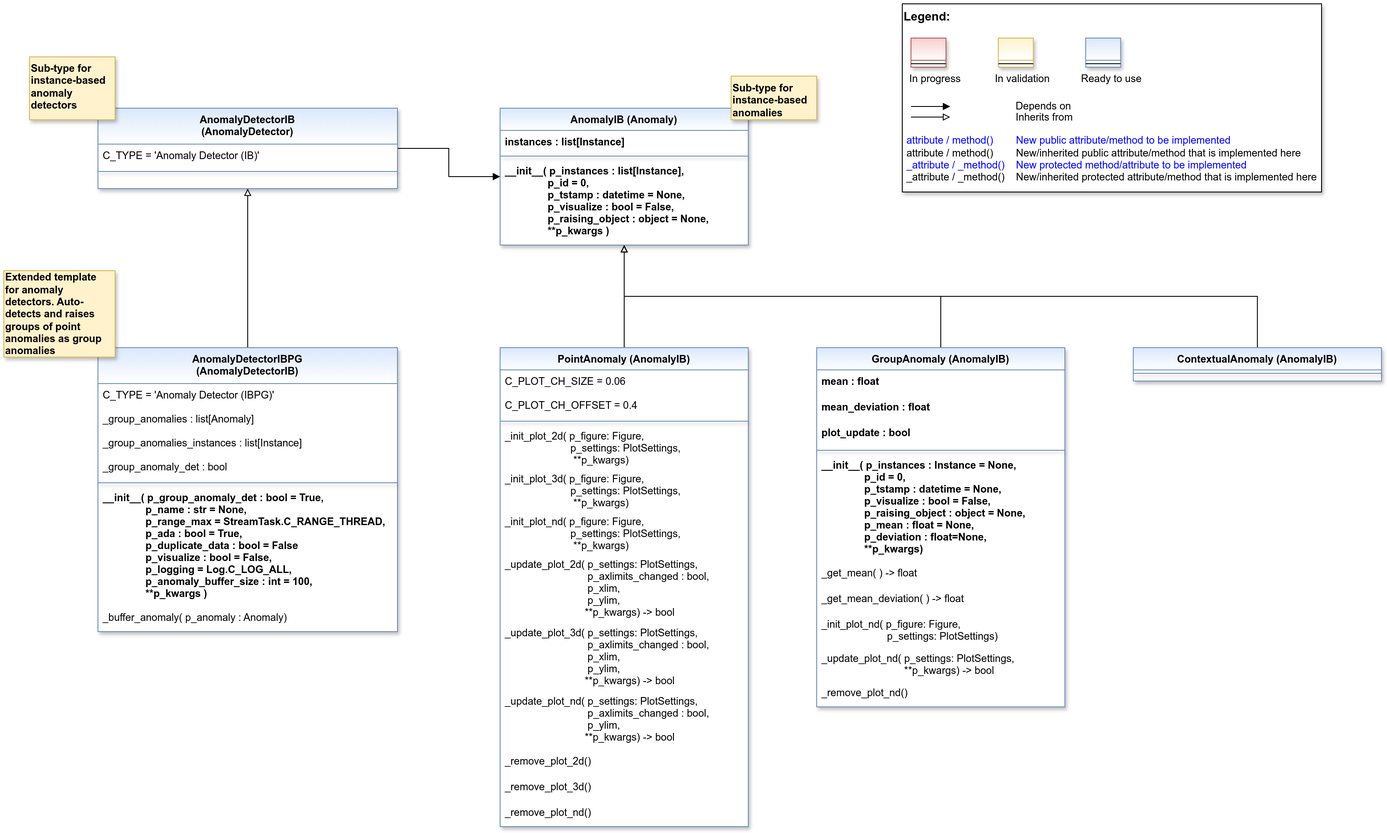
The draw.io diagram doc/rtd/content/99_appendices/appendix2/sub/mlpro_oa/streams/30_change_detection/10_anomaly_detection/10_instance_based/images/MLPro-OA-Anomaly-Detectors-IB_class_diagram.drawio.png in fhswf/MLPro, before a commit. Source tidied: cells renumbered, new cells last; positions are measured from the earlier drawing's top-left corner, leaving out a move shared by most shapes.
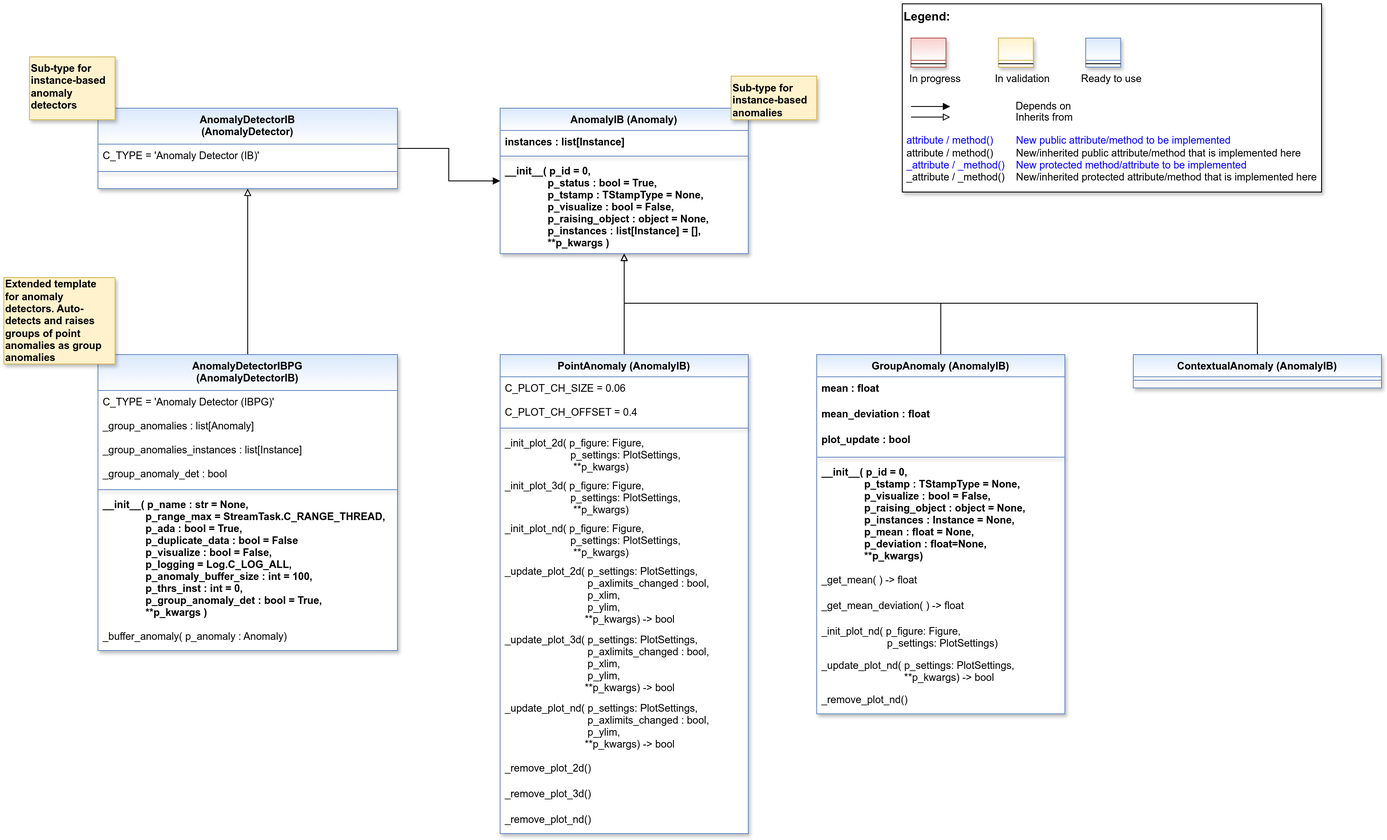
The same diagram one commit later.

Change to the diagram source:
```diff
@@ -47,7 +47,7 @@
       <mxGeometry relative="1" as="geometry" />
     </mxCell>
     <mxCell id="13" value="PointAnomaly (AnomalyIB)" style="swimlane;fontStyle=1;align=center;verticalAlign=top;horizontal=1;startSize=26;rounded=0;shadow=1;strokeWidth=1;fillColor=#dae8fc;strokeColor=#6c8ebf;swimlaneFillColor=#ffffff;fontFamily=Helvetica;fontSize=12;gradientColor=#FFFFFF;" parent="1" vertex="1">
-      <mxGeometry x="580" y="402" width="290" height="560" as="geometry" />
+      <mxGeometry x="580" y="410" width="290" height="560" as="geometry" />
     </mxCell>
     <mxCell id="14" value="C_PLOT_CH_SIZE = 0.06" style="text;align=left;verticalAlign=top;spacingLeft=4;spacingRight=4;overflow=hidden;" parent="13" vertex="1">
       <mxGeometry y="26" width="290" height="28" as="geometry" />
@@ -88,13 +88,13 @@
     <mxCell id="26" style="edgeStyle=orthogonalEdgeStyle;rounded=0;jettySize=auto;html=1;endArrow=block;endFill=0;" parent="1" edge="1" source="27" target="51">
       <mxGeometry relative="1" as="geometry">
         <Array as="points">
-          <mxPoint x="1095" y="342" />
-          <mxPoint x="725" y="342" />
+          <mxPoint x="1095" y="350" />
+          <mxPoint x="725" y="350" />
         </Array>
       </mxGeometry>
     </mxCell>
     <mxCell id="27" value="GroupAnomaly (AnomalyIB)" style="swimlane;align=center;verticalAlign=top;horizontal=1;startSize=26;rounded=0;shadow=1;strokeWidth=1;fillColor=#dae8fc;strokeColor=#6c8ebf;swimlaneFillColor=#ffffff;gradientColor=#FFFFFF;" parent="1" vertex="1">
-      <mxGeometry x="950" y="402" width="290" height="420" as="geometry" />
+      <mxGeometry x="950" y="410" width="290" height="420" as="geometry" />
     </mxCell>
     <mxCell id="28" value="mean : float" style="text;align=left;verticalAlign=top;spacingLeft=4;spacingRight=4;overflow=hidden;fontStyle=1;" parent="27" vertex="1">
       <mxGeometry y="26" width="290" height="30" as="geometry" />
@@ -108,7 +108,7 @@
     <mxCell id="31" style="line;html=1;strokeWidth=1;align=center;verticalAlign=top;spacingTop=-1;spacingLeft=3;spacingRight=3;labelPosition=right;rounded=0;shadow=1;strokeColor=#6c8ebf;swimlaneFillColor=#ffffff;fontFamily=Helvetica;fontSize=12;fontColor=default;fontStyle=1;fillColor=#dae8fc;gradientColor=#ffffff;" parent="27" vertex="1">
       <mxGeometry y="116" width="290" height="8" as="geometry" />
     </mxCell>
-    <mxCell id="32" value="__init__( p_instances : Instance = None,&#10;               p_id = 0,&#10;               p_tstamp : datetime = None,&#10;               p_visualize : bool = False,&#10;               p_raising_object : object = None,&#10;               p_mean : float = None,&#10;               p_deviation : float=None,&#10;               **p_kwargs)" style="text;align=left;verticalAlign=top;spacingLeft=4;spacingRight=4;overflow=hidden;fontStyle=1;" parent="27" vertex="1">
+    <mxCell id="32" value="__init__( p_id = 0,&#10;               p_tstamp : TStampType = None,&#10;               p_visualize : bool = False,&#10;               p_raising_object : object = None,&#10;               p_instances : Instance = None,&#10;               p_mean : float = None,&#10;               p_deviation : float=None,&#10;               **p_kwargs)" style="text;align=left;verticalAlign=top;spacingLeft=4;spacingRight=4;overflow=hidden;fontStyle=1;" parent="27" vertex="1">
       <mxGeometry y="124" width="290" height="126" as="geometry" />
     </mxCell>
     <mxCell id="33" value="_get_mean( ) -&gt; float" style="text;align=left;verticalAlign=top;spacingLeft=4;spacingRight=4;overflow=hidden;" parent="27" vertex="1">
@@ -129,13 +129,13 @@
     <mxCell id="38" style="edgeStyle=orthogonalEdgeStyle;rounded=0;jettySize=auto;html=1;endArrow=block;endFill=0;" parent="1" edge="1" source="39" target="51">
       <mxGeometry relative="1" as="geometry">
         <Array as="points">
-          <mxPoint x="1465" y="342" />
-          <mxPoint x="725" y="342" />
+          <mxPoint x="1465" y="350" />
+          <mxPoint x="725" y="350" />
         </Array>
       </mxGeometry>
     </mxCell>
     <mxCell id="39" value="ContextualAnomaly (AnomalyIB)" style="swimlane;fontStyle=1;align=center;verticalAlign=top;horizontal=1;startSize=26;rounded=0;shadow=1;strokeWidth=1;fillColor=#dae8fc;strokeColor=#6c8ebf;swimlaneFillColor=#ffffff;fontFamily=Helvetica;fontSize=12;gradientColor=#FFFFFF;" parent="1" vertex="1">
-      <mxGeometry x="1320" y="402" width="290" height="39" as="geometry" />
+      <mxGeometry x="1320" y="410" width="290" height="39" as="geometry" />
     </mxCell>
     <mxCell id="40" style="line;html=1;strokeWidth=1;align=center;verticalAlign=top;spacingTop=-1;spacingLeft=3;spacingRight=3;labelPosition=right;rounded=0;shadow=1;strokeColor=#6c8ebf;swimlaneFillColor=#ffffff;fontFamily=Helvetica;fontSize=12;fontColor=default;fontStyle=1;fillColor=#dae8fc;gradientColor=#ffffff;" parent="39" vertex="1">
       <mxGeometry y="26" width="290" height="8" as="geometry" />
@@ -144,7 +144,7 @@
       <mxGeometry relative="1" as="geometry" />
     </mxCell>
     <mxCell id="42" value="AnomalyDetectorIBPG&#10;(AnomalyDetectorIB)" style="swimlane;fontStyle=1;align=center;verticalAlign=top;horizontal=1;startSize=42;rounded=0;shadow=1;strokeWidth=1;fillColor=#dae8fc;strokeColor=#6c8ebf;swimlaneFillColor=#ffffff;fontFamily=Helvetica;fontSize=12;gradientColor=#FFFFFF;" parent="1" vertex="1">
-      <mxGeometry x="110" y="402" width="350" height="332" as="geometry" />
+      <mxGeometry x="110" y="410" width="350" height="346" as="geometry" />
     </mxCell>
     <mxCell id="43" value="C_TYPE = 'Anomaly Detector (IBPG)'" style="text;align=left;verticalAlign=top;spacingLeft=4;spacingRight=4;overflow=hidden;" parent="42" vertex="1">
       <mxGeometry y="42" width="350" height="28" as="geometry" />
@@ -161,17 +161,17 @@
     <mxCell id="47" style="line;html=1;strokeWidth=1;align=center;verticalAlign=top;spacingTop=-1;spacingLeft=3;spacingRight=3;labelPosition=right;rounded=0;shadow=1;strokeColor=#6c8ebf;swimlaneFillColor=#ffffff;fontFamily=Helvetica;fontSize=12;fontColor=default;fontStyle=1;fillColor=#dae8fc;gradientColor=#ffffff;" parent="42" vertex="1">
       <mxGeometry y="154" width="350" height="8" as="geometry" />
     </mxCell>
-    <mxCell id="48" value="__init__( p_group_anomaly_det : bool = True,&#10;               p_name : str = None,&#10;               p_range_max = StreamTask.C_RANGE_THREAD,&#10;               p_ada : bool = True,&#10;               p_duplicate_data : bool = False&#10;               p_visualize : bool = False,&#10;               p_logging = Log.C_LOG_ALL,&#10;               p_anomaly_buffer_size : int = 100,&#10;               **p_kwargs )" style="text;align=left;verticalAlign=top;spacingLeft=4;spacingRight=4;overflow=hidden;fontStyle=1;" parent="42" vertex="1">
-      <mxGeometry y="162" width="350" height="140" as="geometry" />
+    <mxCell id="48" value="__init__( p_name : str = None,&#10;               p_range_max = StreamTask.C_RANGE_THREAD,&#10;               p_ada : bool = True,&#10;               p_duplicate_data : bool = False&#10;               p_visualize : bool = False,&#10;               p_logging = Log.C_LOG_ALL,&#10;               p_anomaly_buffer_size : int = 100,&#10;               p_thrs_inst : int = 0,&#10;               p_group_anomaly_det : bool = True,&#10;               **p_kwargs )" style="text;align=left;verticalAlign=top;spacingLeft=4;spacingRight=4;overflow=hidden;fontStyle=1;" parent="42" vertex="1">
+      <mxGeometry y="162" width="350" height="154" as="geometry" />
     </mxCell>
     <mxCell id="49" value="_buffer_anomaly( p_anomaly : Anomaly)" style="text;align=left;verticalAlign=top;spacingLeft=4;spacingRight=4;overflow=hidden;shadow=1;" parent="42" vertex="1">
-      <mxGeometry y="302" width="350" height="30" as="geometry" />
+      <mxGeometry y="316" width="350" height="30" as="geometry" />
     </mxCell>
     <mxCell id="50" value="Extended template&amp;nbsp;&lt;div&gt;for anomaly detectors. Auto-detects and raises groups of point anomalies as group anomalies&lt;/div&gt;" style="rounded=0;whiteSpace=wrap;html=1;fillColor=#fff2cc;strokeColor=#d6b656;shadow=1;align=left;fontStyle=1;" parent="1" vertex="1">
-      <mxGeometry y="312" width="130" height="101" as="geometry" />
+      <mxGeometry y="320" width="130" height="101" as="geometry" />
     </mxCell>
     <mxCell id="51" value="AnomalyIB (Anomaly)" style="swimlane;fontStyle=1;align=center;verticalAlign=top;horizontal=1;startSize=26;rounded=0;shadow=1;strokeWidth=1;fillColor=#dae8fc;strokeColor=#6c8ebf;swimlaneFillColor=#ffffff;fontFamily=Helvetica;fontSize=12;gradientColor=#FFFFFF;" parent="1" vertex="1">
-      <mxGeometry x="580" y="122" width="290" height="160" as="geometry" />
+      <mxGeometry x="580" y="122" width="290" height="170" as="geometry" />
     </mxCell>
     <mxCell id="52" value="instances : list[Instance]" style="text;align=left;verticalAlign=top;spacingLeft=4;spacingRight=4;overflow=hidden;fontStyle=1;" parent="51" vertex="1">
       <mxGeometry y="26" width="290" height="26" as="geometry" />
@@ -179,8 +179,8 @@
     <mxCell id="53" style="line;html=1;strokeWidth=1;align=center;verticalAlign=top;spacingTop=-1;spacingLeft=3;spacingRight=3;labelPosition=right;rounded=0;shadow=1;strokeColor=#6c8ebf;swimlaneFillColor=#ffffff;fontFamily=Helvetica;fontSize=12;fontColor=default;fontStyle=1;fillColor=#dae8fc;gradientColor=#ffffff;" parent="51" vertex="1">
       <mxGeometry y="52" width="290" height="8" as="geometry" />
     </mxCell>
-    <mxCell id="54" value="__init__( p_instances : list[Instance],&#10;               p_id = 0,&#10;               p_tstamp : datetime = None,&#10;               p_visualize : bool = False,&#10;               p_raising_object : object = None,&#10;               **p_kwargs )" style="text;align=left;verticalAlign=top;spacingLeft=4;spacingRight=4;overflow=hidden;fontStyle=1;" parent="51" vertex="1">
-      <mxGeometry y="60" width="290" height="100" as="geometry" />
+    <mxCell id="54" value="__init__( p_id = 0,&#10;               p_status : bool = True,&#10;               p_tstamp : TStampType = None,&#10;               p_visualize : bool = False,&#10;               p_raising_object : object = None,&#10;               p_instances : list[Instance] = [],&#10;               **p_kwargs )" style="text;align=left;verticalAlign=top;spacingLeft=4;spacingRight=4;overflow=hidden;fontStyle=1;" parent="51" vertex="1">
+      <mxGeometry y="60" width="290" height="110" as="geometry" />
     </mxCell>
     <mxCell id="55" value="Sub-type for instance-based anomalies" style="rounded=0;whiteSpace=wrap;html=1;fillColor=#fff2cc;strokeColor=#d6b656;shadow=1;align=left;fontStyle=1;verticalAlign=top;" parent="1" vertex="1">
       <mxGeometry x="850" y="84.5" width="100" height="51" as="geometry" />
```
